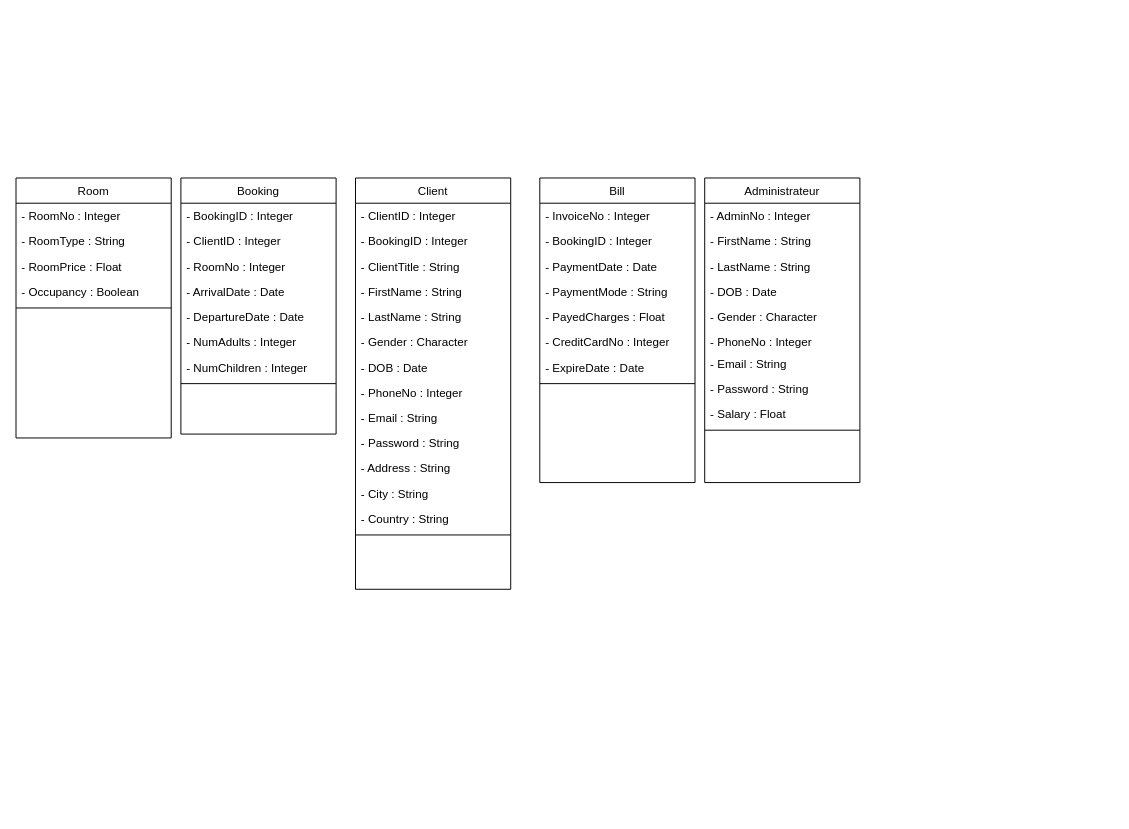
Above: UML/HotelClassDiagram.drawio in ayman-gassi/Hotel-management (draw.io), before the change. Source tidied: cells renumbered, new cells numbered last; positions are measured from the earlier drawing's top-left corner, leaving out a move shared by most shapes. Both pictures are drawn from the tidied source at 97%, with x=0, y=0 at pixel (16, 178).
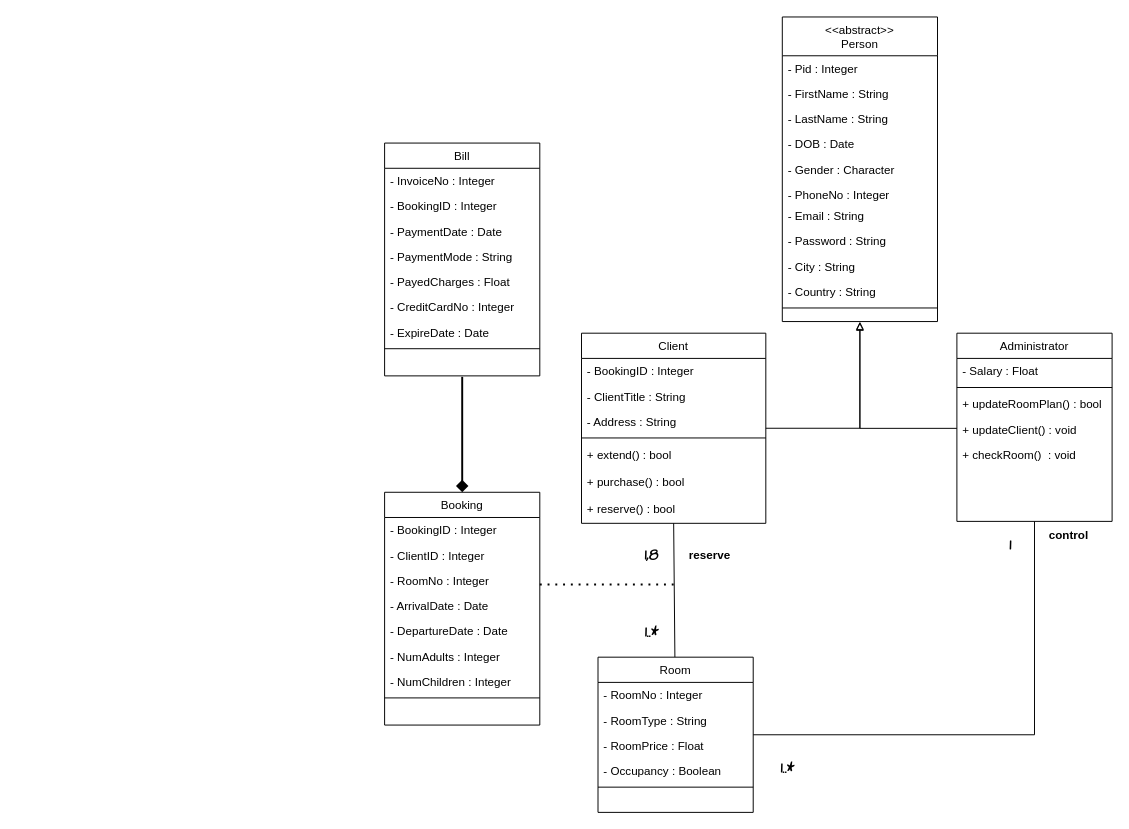
After the change.

Commit message:
UPDATE CLASS DIAGRAM

The edit, as a diff of the source:
```diff
@@
-    <mxCell id="2" value="Room" style="swimlane;fontStyle=0;align=center;verticalAlign=top;horizontal=1;startSize=26;rounded=0;shadow=0;strokeWidth=1;" parent="1" vertex="1">
-      <mxGeometry width="160" height="268" as="geometry" />
-    </mxCell>
-    <mxCell id="3" value="- RoomNo : Integer" style="text;align=left;verticalAlign=top;spacingLeft=4;spacingRight=4;overflow=hidden;" parent="2" vertex="1">
-      <mxGeometry y="26" width="160" height="26" as="geometry" />
-    </mxCell>
-    <mxCell id="4" value="- RoomType : String" style="text;align=left;verticalAlign=top;spacingLeft=4;spacingRight=4;overflow=hidden;rounded=0;shadow=0;html=0;" parent="2" vertex="1">
-      <mxGeometry y="52" width="160" height="26" as="geometry" />
-    </mxCell>
-    <mxCell id="5" value="- RoomPrice : Float" style="text;align=left;verticalAlign=top;spacingLeft=4;spacingRight=4;overflow=hidden;rounded=0;shadow=0;html=0;" parent="2" vertex="1">
-      <mxGeometry y="78" width="160" height="26" as="geometry" />
-    </mxCell>
-    <mxCell id="6" value="- Occupancy : Boolean " style="text;align=left;verticalAlign=top;spacingLeft=4;spacingRight=4;overflow=hidden;rounded=0;shadow=0;html=0;" parent="2" vertex="1">
-      <mxGeometry y="104" width="160" height="26" as="geometry" />
-    </mxCell>
-    <mxCell id="7" style="line;html=1;strokeWidth=1;align=left;verticalAlign=middle;spacingTop=-1;spacingLeft=3;spacingRight=3;labelPosition=right;" parent="2" vertex="1">
-      <mxGeometry y="130" width="160" height="8" as="geometry" />
-    </mxCell>
     <mxCell id="8" value="Booking" style="swimlane;fontStyle=0;align=center;verticalAlign=top;horizontal=1;startSize=26;rounded=0;shadow=0;strokeWidth=1;" parent="1" vertex="1">
-      <mxGeometry x="170" width="160" height="264" as="geometry" />
+      <mxGeometry x="380" y="324" width="160" height="240" as="geometry" />
     </mxCell>
@@
+    <mxCell id="52" style="edgeStyle=orthogonalEdgeStyle;rounded=0;jettySize=auto;html=1;entryX=0.5;entryY=1;entryDx=0;entryDy=0;startArrow=none;startFill=0;endArrow=block;endFill=0;" parent="1" edge="1" source="17" target="63">
+      <mxGeometry relative="1" as="geometry" />
+    </mxCell>
     <mxCell id="17" value="Client" style="swimlane;fontStyle=0;align=center;verticalAlign=top;horizontal=1;startSize=26;rounded=0;shadow=0;strokeWidth=1;" parent="1" vertex="1">
-      <mxGeometry x="350" width="160" height="424" as="geometry" />
+      <mxGeometry x="583" y="160" width="190" height="196" as="geometry" />
     </mxCell>
-    <mxCell id="18" value="- ClientID : Integer" style="text;align=left;verticalAlign=top;spacingLeft=4;spacingRight=4;overflow=hidden;" parent="17" vertex="1">
-      <mxGeometry y="26" width="160" height="26" as="geometry" />
-    </mxCell>
     <mxCell id="19" value="- BookingID : Integer" style="text;align=left;verticalAlign=top;spacingLeft=4;spacingRight=4;overflow=hidden;rounded=0;shadow=0;html=0;" parent="17" vertex="1">
-      <mxGeometry y="52" width="160" height="26" as="geometry" />
+      <mxGeometry y="26" width="190" height="26" as="geometry" />
     </mxCell>
     <mxCell id="20" value="- ClientTitle : String" style="text;align=left;verticalAlign=top;spacingLeft=4;spacingRight=4;overflow=hidden;rounded=0;shadow=0;html=0;" parent="17" vertex="1">
-      <mxGeometry y="78" width="160" height="26" as="geometry" />
+      <mxGeometry y="52" width="190" height="26" as="geometry" />
     </mxCell>
-    <mxCell id="21" value="- FirstName : String" style="text;align=left;verticalAlign=top;spacingLeft=4;spacingRight=4;overflow=hidden;rounded=0;shadow=0;html=0;" parent="17" vertex="1">
-      <mxGeometry y="104" width="160" height="26" as="geometry" />
-    </mxCell>
-    <mxCell id="22" value="- LastName : String" style="text;align=left;verticalAlign=top;spacingLeft=4;spacingRight=4;overflow=hidden;rounded=0;shadow=0;html=0;" parent="17" vertex="1">
-      <mxGeometry y="130" width="160" height="26" as="geometry" />
-    </mxCell>
-    <mxCell id="23" value="- Gender : Character" style="text;align=left;verticalAlign=top;spacingLeft=4;spacingRight=4;overflow=hidden;rounded=0;shadow=0;html=0;" parent="17" vertex="1">
-      <mxGeometry y="156" width="160" height="26" as="geometry" />
-    </mxCell>
-    <mxCell id="24" value="- DOB : Date" style="text;align=left;verticalAlign=top;spacingLeft=4;spacingRight=4;overflow=hidden;rounded=0;shadow=0;html=0;" parent="17" vertex="1">
-      <mxGeometry y="182" width="160" height="26" as="geometry" />
-    </mxCell>
-    <mxCell id="25" value="- PhoneNo : Integer" style="text;align=left;verticalAlign=top;spacingLeft=4;spacingRight=4;overflow=hidden;rounded=0;shadow=0;html=0;" parent="17" vertex="1">
-      <mxGeometry y="208" width="160" height="26" as="geometry" />
-    </mxCell>
-    <mxCell id="26" value="- Email : String" style="text;align=left;verticalAlign=top;spacingLeft=4;spacingRight=4;overflow=hidden;rounded=0;shadow=0;html=0;" parent="17" vertex="1">
-      <mxGeometry y="234" width="160" height="26" as="geometry" />
-    </mxCell>
-    <mxCell id="27" value="- Password : String" style="text;align=left;verticalAlign=top;spacingLeft=4;spacingRight=4;overflow=hidden;rounded=0;shadow=0;html=0;" parent="17" vertex="1">
-      <mxGeometry y="260" width="160" height="26" as="geometry" />
-    </mxCell>
     <mxCell id="28" value="- Address : String" style="text;align=left;verticalAlign=top;spacingLeft=4;spacingRight=4;overflow=hidden;rounded=0;shadow=0;html=0;" parent="17" vertex="1">
-      <mxGeometry y="286" width="160" height="26" as="geometry" />
+      <mxGeometry y="78" width="190" height="26" as="geometry" />
     </mxCell>
-    <mxCell id="29" value="- City : String" style="text;align=left;verticalAlign=top;spacingLeft=4;spacingRight=4;overflow=hidden;rounded=0;shadow=0;html=0;" parent="17" vertex="1">
-      <mxGeometry y="312" width="160" height="26" as="geometry" />
-    </mxCell>
-    <mxCell id="30" value="- Country : String" style="text;align=left;verticalAlign=top;spacingLeft=4;spacingRight=4;overflow=hidden;rounded=0;shadow=0;html=0;" parent="17" vertex="1">
-      <mxGeometry y="338" width="160" height="26" as="geometry" />
-    </mxCell>
     <mxCell id="31" style="line;html=1;strokeWidth=1;align=left;verticalAlign=middle;spacingTop=-1;spacingLeft=3;spacingRight=3;labelPosition=right;" parent="17" vertex="1">
-      <mxGeometry y="364" width="160" height="8" as="geometry" />
+      <mxGeometry y="104" width="190" height="8" as="geometry" />
     </mxCell>
+    <mxCell id="53" value="+ extend() : bool" style="text;align=left;verticalAlign=top;spacingLeft=4;spacingRight=4;overflow=hidden;rounded=0;shadow=0;html=0;" parent="17" vertex="1">
+      <mxGeometry y="112" width="190" height="28" as="geometry" />
+    </mxCell>
+    <mxCell id="54" value="+ purchase() : bool" style="text;align=left;verticalAlign=top;spacingLeft=4;spacingRight=4;overflow=hidden;rounded=0;shadow=0;html=0;" parent="17" vertex="1">
+      <mxGeometry y="140" width="190" height="28" as="geometry" />
+    </mxCell>
+    <mxCell id="55" value="+ reserve() : bool" style="text;align=left;verticalAlign=top;spacingLeft=4;spacingRight=4;overflow=hidden;rounded=0;shadow=0;html=0;" parent="17" vertex="1">
+      <mxGeometry y="168" width="190" height="28" as="geometry" />
+    </mxCell>
+    <mxCell id="56" style="edgeStyle=orthogonalEdgeStyle;rounded=0;jettySize=auto;html=1;entryX=0.5;entryY=0;entryDx=0;entryDy=0;fontFamily=Helvetica;fontSize=12;startArrow=none;startFill=0;endArrow=diamond;endFill=1;endSize=8;startSize=8;strokeWidth=2;targetPerimeterSpacing=1;sourcePerimeterSpacing=1;" parent="1" edge="1" source="32" target="8">
+      <mxGeometry relative="1" as="geometry" />
+    </mxCell>
     <mxCell id="32" value="Bill" style="swimlane;fontStyle=0;align=center;verticalAlign=top;horizontal=1;startSize=26;rounded=0;shadow=0;strokeWidth=1;" parent="1" vertex="1">
-      <mxGeometry x="540" width="160" height="314" as="geometry" />
+      <mxGeometry x="380" y="-36" width="160" height="240" as="geometry" />
     </mxCell>
@@
+    <mxCell id="57" style="edgeStyle=orthogonalEdgeStyle;rounded=0;orthogonalLoop=1;jettySize=auto;html=1;endArrow=block;endFill=0;" parent="1" edge="1">
+      <mxGeometry relative="1" as="geometry">
+        <mxPoint x="970" y="258.1" as="sourcePoint" />
+        <mxPoint x="870" y="149" as="targetPoint" />
+        <Array as="points">
+          <mxPoint x="870" y="258" />
+        </Array>
+      </mxGeometry>
+    </mxCell>
-    <mxCell id="41" value="Administrateur" style="swimlane;fontStyle=0;align=center;verticalAlign=top;horizontal=1;startSize=26;rounded=0;shadow=0;strokeWidth=1;" parent="1" vertex="1">
-      <mxGeometry x="710" width="160" height="314" as="geometry" />
+    <mxCell id="41" value="Administrator" style="swimlane;fontStyle=0;align=center;verticalAlign=top;horizontal=1;startSize=26;rounded=0;shadow=0;strokeWidth=1;" parent="1" vertex="1">
+      <mxGeometry x="970" y="160" width="160" height="194" as="geometry" />
     </mxCell>
-    <mxCell id="42" value="- AdminNo : Integer" style="text;align=left;verticalAlign=top;spacingLeft=4;spacingRight=4;overflow=hidden;" parent="41" vertex="1">
-      <mxGeometry y="26" width="160" height="26" as="geometry" />
-    </mxCell>
+    <mxCell id="50" value="- Salary : Float " style="text;align=left;verticalAlign=top;spacingLeft=4;spacingRight=4;overflow=hidden;" parent="41" vertex="1">
+      <mxGeometry y="26" width="160" height="26" as="geometry" />
+    </mxCell>
+    <mxCell id="51" style="line;html=1;strokeWidth=1;align=left;verticalAlign=middle;spacingTop=-1;spacingLeft=3;spacingRight=3;labelPosition=right;" parent="41" vertex="1">
+      <mxGeometry y="52" width="160" height="8" as="geometry" />
+    </mxCell>
+    <mxCell id="58" value="+ updateRoomPlan() : bool" style="text;align=left;verticalAlign=top;spacingLeft=4;spacingRight=4;overflow=hidden;" parent="41" vertex="1">
+      <mxGeometry y="60" width="160" height="26" as="geometry" />
+    </mxCell>
+    <mxCell id="59" value="+ updateClient() : void" style="text;align=left;verticalAlign=top;spacingLeft=4;spacingRight=4;overflow=hidden;" parent="41" vertex="1">
+      <mxGeometry y="86" width="160" height="26" as="geometry" />
+    </mxCell>
+    <mxCell id="60" value="+ checkRoom()  : void" style="text;align=left;verticalAlign=top;spacingLeft=4;spacingRight=4;overflow=hidden;" parent="41" vertex="1">
+      <mxGeometry y="112" width="160" height="26" as="geometry" />
+    </mxCell>
+    <mxCell id="61" style="rounded=0;jettySize=auto;html=1;entryX=0.5;entryY=1;entryDx=0;entryDy=0;startArrow=none;startFill=0;endArrow=none;endFill=0;" parent="1" edge="1" source="2" target="17">
+      <mxGeometry relative="1" as="geometry" />
+    </mxCell>
+    <mxCell id="62" style="edgeStyle=orthogonalEdgeStyle;rounded=0;jettySize=auto;html=1;entryX=0.5;entryY=1;entryDx=0;entryDy=0;fontFamily=Comic Sans MS;fontSize=15;startArrow=none;startFill=0;endArrow=none;endFill=0;" parent="1" edge="1" source="2" target="41">
+      <mxGeometry relative="1" as="geometry" />
+    </mxCell>
+    <mxCell id="2" value="Room" style="swimlane;fontStyle=0;align=center;verticalAlign=top;horizontal=1;startSize=26;rounded=0;shadow=0;strokeWidth=1;" parent="1" vertex="1">
+      <mxGeometry x="600" y="494" width="160" height="160" as="geometry" />
+    </mxCell>
+    <mxCell id="3" value="- RoomNo : Integer" style="text;align=left;verticalAlign=top;spacingLeft=4;spacingRight=4;overflow=hidden;" parent="2" vertex="1">
+      <mxGeometry y="26" width="160" height="26" as="geometry" />
+    </mxCell>
+    <mxCell id="4" value="- RoomType : String" style="text;align=left;verticalAlign=top;spacingLeft=4;spacingRight=4;overflow=hidden;rounded=0;shadow=0;html=0;" parent="2" vertex="1">
+      <mxGeometry y="52" width="160" height="26" as="geometry" />
+    </mxCell>
+    <mxCell id="5" value="- RoomPrice : Float" style="text;align=left;verticalAlign=top;spacingLeft=4;spacingRight=4;overflow=hidden;rounded=0;shadow=0;html=0;" parent="2" vertex="1">
+      <mxGeometry y="78" width="160" height="26" as="geometry" />
+    </mxCell>
+    <mxCell id="6" value="- Occupancy : Boolean " style="text;align=left;verticalAlign=top;spacingLeft=4;spacingRight=4;overflow=hidden;rounded=0;shadow=0;html=0;" parent="2" vertex="1">
+      <mxGeometry y="104" width="160" height="26" as="geometry" />
+    </mxCell>
+    <mxCell id="7" style="line;html=1;strokeWidth=1;align=left;verticalAlign=middle;spacingTop=-1;spacingLeft=3;spacingRight=3;labelPosition=right;" parent="2" vertex="1">
+      <mxGeometry y="130" width="160" height="8" as="geometry" />
+    </mxCell>
+    <mxCell id="63" value="&lt;&lt;abstract&gt;&gt;&#10;Person" style="swimlane;fontStyle=0;align=center;verticalAlign=top;horizontal=1;startSize=40;rounded=0;shadow=0;strokeWidth=1;" parent="1" vertex="1">
+      <mxGeometry x="790" y="-166" width="160" height="314" as="geometry" />
+    </mxCell>
+    <mxCell id="64" value="- Pid : Integer" style="text;align=left;verticalAlign=top;spacingLeft=4;spacingRight=4;overflow=hidden;" parent="63" vertex="1">
+      <mxGeometry y="40" width="160" height="26" as="geometry" />
+    </mxCell>
-    <mxCell id="43" value="- FirstName : String" style="text;align=left;verticalAlign=top;spacingLeft=4;spacingRight=4;overflow=hidden;" parent="41" vertex="1">
-      <mxGeometry y="52" width="160" height="26" as="geometry" />
+    <mxCell id="43" value="- FirstName : String" style="text;align=left;verticalAlign=top;spacingLeft=4;spacingRight=4;overflow=hidden;" parent="63" vertex="1">
+      <mxGeometry y="66" width="160" height="26" as="geometry" />
     </mxCell>
-    <mxCell id="44" value="- LastName : String" style="text;align=left;verticalAlign=top;spacingLeft=4;spacingRight=4;overflow=hidden;" parent="41" vertex="1">
-      <mxGeometry y="78" width="160" height="26" as="geometry" />
+    <mxCell id="44" value="- LastName : String" style="text;align=left;verticalAlign=top;spacingLeft=4;spacingRight=4;overflow=hidden;" parent="63" vertex="1">
+      <mxGeometry y="92" width="160" height="26" as="geometry" />
     </mxCell>
-    <mxCell id="45" value="- DOB : Date" style="text;align=left;verticalAlign=top;spacingLeft=4;spacingRight=4;overflow=hidden;" parent="41" vertex="1">
-      <mxGeometry y="104" width="160" height="26" as="geometry" />
+    <mxCell id="45" value="- DOB : Date" style="text;align=left;verticalAlign=top;spacingLeft=4;spacingRight=4;overflow=hidden;" parent="63" vertex="1">
+      <mxGeometry y="118" width="160" height="26" as="geometry" />
     </mxCell>
-    <mxCell id="46" value="- Gender : Character" style="text;align=left;verticalAlign=top;spacingLeft=4;spacingRight=4;overflow=hidden;" parent="41" vertex="1">
-      <mxGeometry y="130" width="160" height="26" as="geometry" />
+    <mxCell id="46" value="- Gender : Character" style="text;align=left;verticalAlign=top;spacingLeft=4;spacingRight=4;overflow=hidden;" parent="63" vertex="1">
+      <mxGeometry y="144" width="160" height="26" as="geometry" />
     </mxCell>
-    <mxCell id="47" value="- PhoneNo : Integer" style="text;align=left;verticalAlign=top;spacingLeft=4;spacingRight=4;overflow=hidden;" parent="41" vertex="1">
-      <mxGeometry y="156" width="160" height="22" as="geometry" />
+    <mxCell id="47" value="- PhoneNo : Integer" style="text;align=left;verticalAlign=top;spacingLeft=4;spacingRight=4;overflow=hidden;" parent="63" vertex="1">
+      <mxGeometry y="170" width="160" height="22" as="geometry" />
     </mxCell>
-    <mxCell id="48" value="- Email : String" style="text;align=left;verticalAlign=top;spacingLeft=4;spacingRight=4;overflow=hidden;" parent="41" vertex="1">
-      <mxGeometry y="178" width="160" height="26" as="geometry" />
+    <mxCell id="48" value="- Email : String" style="text;align=left;verticalAlign=top;spacingLeft=4;spacingRight=4;overflow=hidden;" parent="63" vertex="1">
+      <mxGeometry y="192" width="160" height="26" as="geometry" />
     </mxCell>
-    <mxCell id="49" value="- Password : String" style="text;align=left;verticalAlign=top;spacingLeft=4;spacingRight=4;overflow=hidden;" parent="41" vertex="1">
-      <mxGeometry y="204" width="160" height="26" as="geometry" />
+    <mxCell id="49" value="- Password : String" style="text;align=left;verticalAlign=top;spacingLeft=4;spacingRight=4;overflow=hidden;" parent="63" vertex="1">
+      <mxGeometry y="218" width="160" height="26" as="geometry" />
     </mxCell>
-    <mxCell id="50" value="- Salary : Float " style="text;align=left;verticalAlign=top;spacingLeft=4;spacingRight=4;overflow=hidden;" parent="41" vertex="1">
-      <mxGeometry y="230" width="160" height="26" as="geometry" />
-    </mxCell>
-    <mxCell id="51" style="line;html=1;strokeWidth=1;align=left;verticalAlign=middle;spacingTop=-1;spacingLeft=3;spacingRight=3;labelPosition=right;" parent="41" vertex="1">
-      <mxGeometry y="256" width="160" height="8" as="geometry" />
-    </mxCell>
+    <mxCell id="29" value="- City : String" style="text;align=left;verticalAlign=top;spacingLeft=4;spacingRight=4;overflow=hidden;" parent="63" vertex="1">
+      <mxGeometry y="244" width="160" height="26" as="geometry" />
+    </mxCell>
+    <mxCell id="30" value="- Country : String" style="text;align=left;verticalAlign=top;spacingLeft=4;spacingRight=4;overflow=hidden;" parent="63" vertex="1">
+      <mxGeometry y="270" width="160" height="26" as="geometry" />
+    </mxCell>
+    <mxCell id="65" style="line;html=1;strokeWidth=1;align=left;verticalAlign=middle;spacingTop=-1;spacingLeft=3;spacingRight=3;labelPosition=right;" parent="63" vertex="1">
+      <mxGeometry y="296" width="160" height="8" as="geometry" />
+    </mxCell>
+    <mxCell id="66" style="endArrow=none;dashed=1;html=1;dashPattern=1 3;strokeWidth=2;rounded=0;" parent="1" edge="1">
+      <mxGeometry relative="1" as="geometry">
+        <mxPoint x="540" y="419" as="sourcePoint" />
+        <mxPoint x="680" y="419" as="targetPoint" />
+      </mxGeometry>
+    </mxCell>
+    <mxCell id="67" value="reserve" style="text;html=1;align=center;verticalAlign=middle;strokeColor=none;fillColor=none;fontStyle=1;" parent="1" vertex="1">
+      <mxGeometry x="680" y="374" width="70" height="30" as="geometry" />
+    </mxCell>
+    <mxCell id="68" value="1..*" style="text;html=1;align=center;verticalAlign=middle;strokeColor=none;fillColor=none;fontFamily=Comic Sans MS;fontSize=15;fontStyle=1;" parent="1" vertex="1">
+      <mxGeometry x="630" y="454" width="50" height="30" as="geometry" />
+    </mxCell>
+    <mxCell id="69" value="1,8" style="text;html=1;align=center;verticalAlign=middle;strokeColor=none;fillColor=none;fontFamily=Comic Sans MS;fontSize=15;fontStyle=1;" parent="1" vertex="1">
+      <mxGeometry x="630" y="374" width="50" height="30" as="geometry" />
+    </mxCell>
+    <mxCell id="70" value="control" style="text;html=1;align=center;verticalAlign=middle;strokeColor=none;fillColor=none;fontSize=12;fontFamily=Helvetica;fontStyle=1;" parent="1" vertex="1">
+      <mxGeometry x="1055" y="354" width="60" height="30" as="geometry" />
+    </mxCell>
+    <mxCell id="71" value="1..*" style="text;html=1;align=center;verticalAlign=middle;strokeColor=none;fillColor=none;fontFamily=Comic Sans MS;fontSize=15;fontStyle=1;" parent="1" vertex="1">
+      <mxGeometry x="770" y="594" width="50" height="30" as="geometry" />
+    </mxCell>
+    <mxCell id="72" value="1" style="text;html=1;align=center;verticalAlign=middle;strokeColor=none;fillColor=none;fontFamily=Comic Sans MS;fontSize=15;fontStyle=1;" parent="1" vertex="1">
+      <mxGeometry x="1010" y="364" width="30" height="30" as="geometry" />
+    </mxCell>
```
